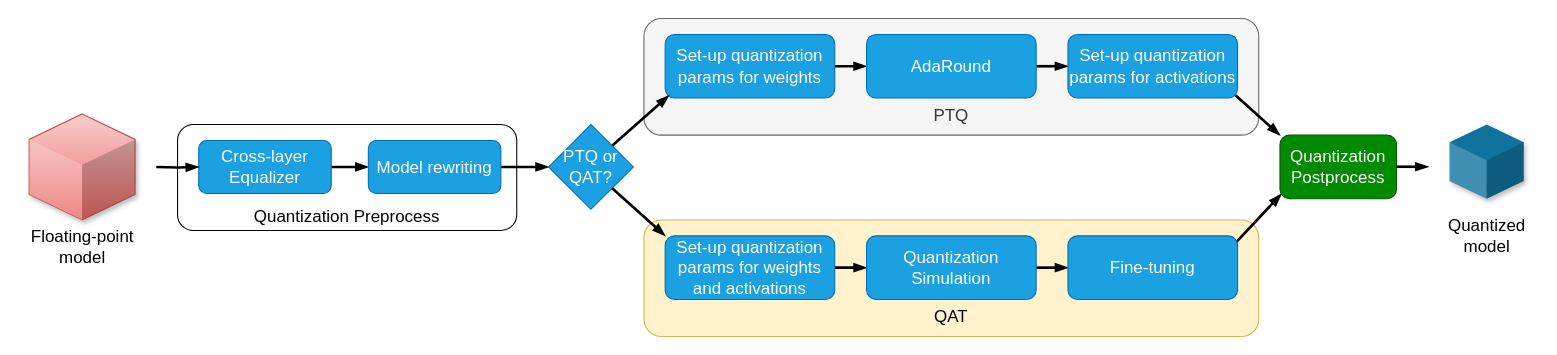
Earlier version of the draw.io diagram Untitled Diagram.drawio (hoangtv2000/document-collection). Source tidied: cells renumbered, new cells numbered last; positions are measured from the earlier drawing's top-left corner, leaving out a move shared by most shapes. Both pictures are drawn from the tidied source at 106%, with x=0, y=0 at pixel (18, 18).
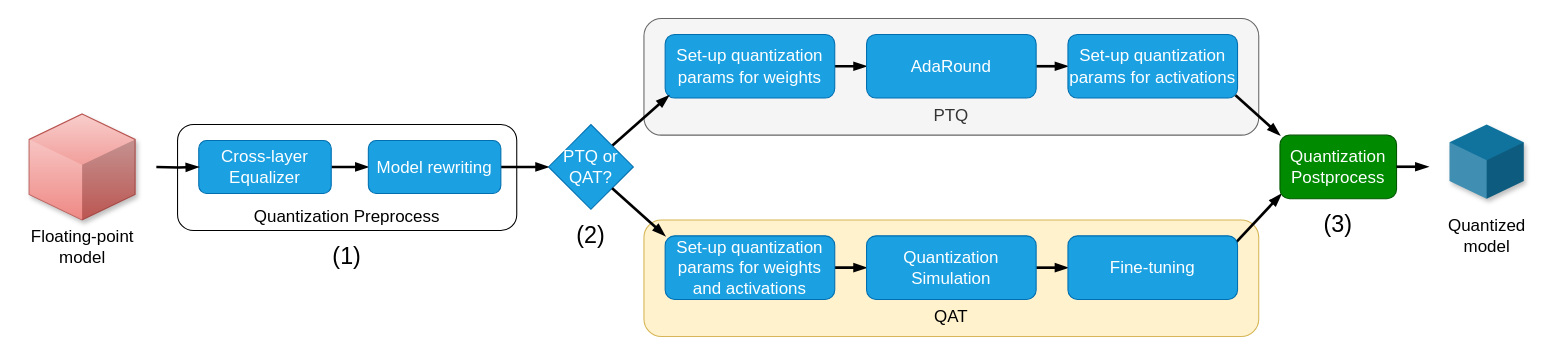
Above is the later version.

The edit, as a diff of the source:
```diff
@@
+    <mxCell id="31" value="&lt;font style=&quot;font-size: 22px;&quot;&gt;(1)&lt;/font&gt;" style="text;html=1;align=center;verticalAlign=middle;whiteSpace=wrap;rounded=0;" parent="1" vertex="1">
+      <mxGeometry x="280" y="210" width="60" height="30" as="geometry" />
+    </mxCell>
+    <mxCell id="32" value="&lt;font style=&quot;font-size: 22px;&quot;&gt;(2)&lt;/font&gt;" style="text;html=1;align=center;verticalAlign=middle;whiteSpace=wrap;rounded=0;" parent="1" vertex="1">
+      <mxGeometry x="510" y="190" width="60" height="30" as="geometry" />
+    </mxCell>
+    <mxCell id="33" value="&lt;font style=&quot;font-size: 22px;&quot;&gt;(3)&lt;/font&gt;" style="text;html=1;align=center;verticalAlign=middle;whiteSpace=wrap;rounded=0;" parent="1" vertex="1">
+      <mxGeometry x="1215" y="180" width="60" height="30" as="geometry" />
+    </mxCell>
```
